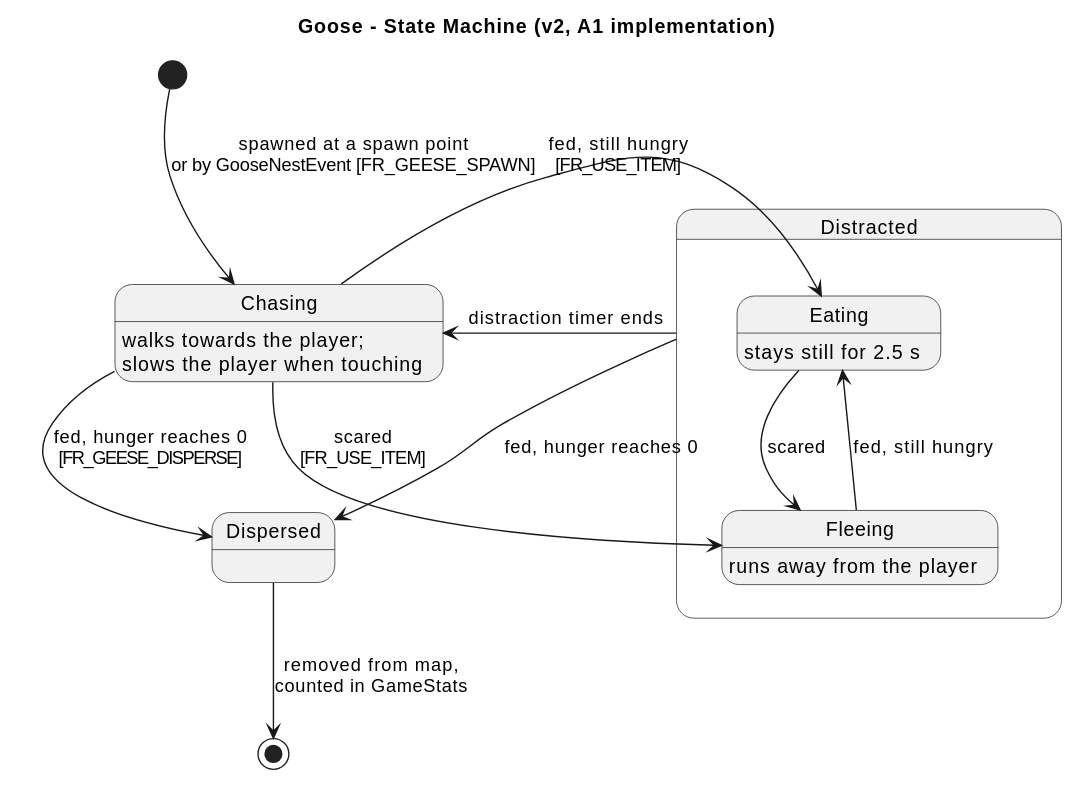
Earlier version of the PlantUML export architecture/v2/state-goose.svg (dns2jtm/Eng1_Project_Team8).
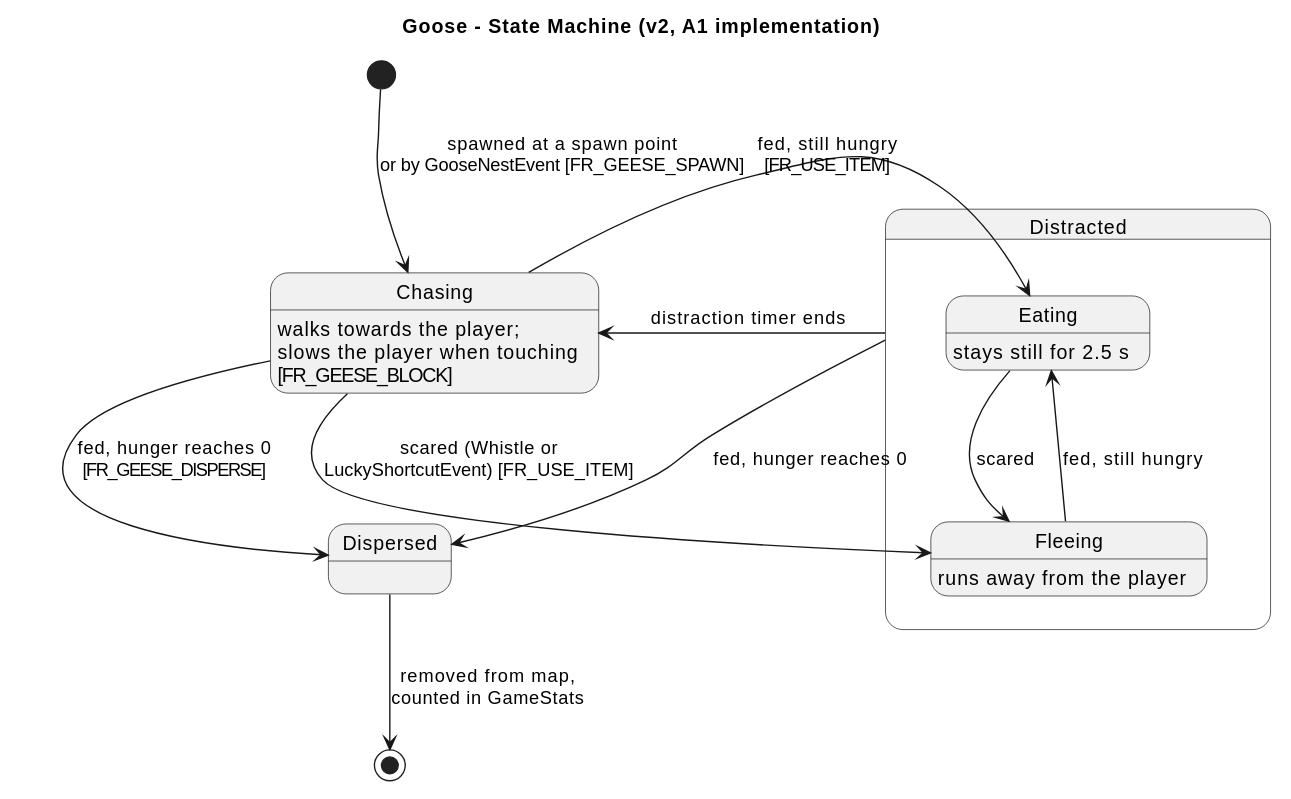
The same file after the commit.

The edit, as a diff of the source:
```diff
@@ -8,7 +8,7 @@
 }
 
 Chasing --> Eating : fed, still hungry\n[FR_USE_ITEM]
-Chasing --> Fleeing : scared\n[FR_USE_ITEM]
+Chasing --> Fleeing : scared (Whistle or\nLuckyShortcutEvent) [FR_USE_ITEM]
 Eating --> Fleeing : scared
 Fleeing --> Eating : fed, still hungry
 Distracted --> Chasing : distraction timer ends
@@ -16,7 +16,7 @@
 Distracted --> Dispersed : fed, hunger reaches 0
 Dispersed --> [*] : removed from map,\ncounted in GameStats
 
-Chasing : walks towards the player;\nslows the player when touching
+Chasing : walks towards the player;\nslows the player when touching\n[FR_GEESE_BLOCK]
 Eating : stays still for 2.5 s
 Fleeing : runs away from the player
 @enduml
```
